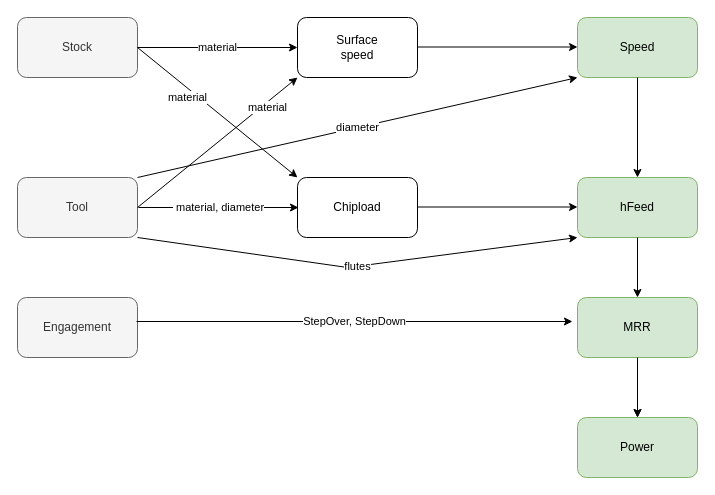
This is Calculation order summary.drawio from spanner888/misc, a draw.io file, before an edit. Source tidied: cells renumbered, new cells numbered last; positions are measured from the earlier drawing's top-left corner, leaving out a move shared by most shapes. Both pictures are drawn from the tidied source at 100%, with x=0, y=0 at pixel (17, 17).
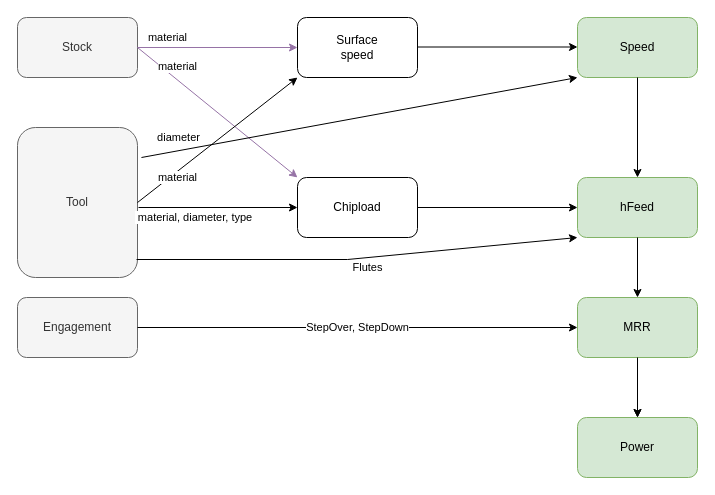
The same diagram, later.

The change refers to these unchanged cells:
```xml
<mxCell id="2" value="Stock" style="rounded=1;whiteSpace=wrap;html=1;fillColor=#f5f5f5;fontColor=#333333;strokeColor=#666666;" parent="1" vertex="1">
  <mxGeometry width="120" height="60" as="geometry" />
</mxCell>
<mxCell id="3" value="&lt;div&gt;Surface&lt;/div&gt;&lt;div&gt;speed&lt;br&gt;&lt;/div&gt;" style="rounded=1;whiteSpace=wrap;html=1;" parent="1" vertex="1">
  <mxGeometry x="280" width="120" height="60" as="geometry" />
</mxCell>
<mxCell id="4" value="Speed" style="rounded=1;whiteSpace=wrap;html=1;fillColor=#d5e8d4;strokeColor=#82b366;" parent="1" vertex="1">
  <mxGeometry x="560" width="120" height="60" as="geometry" />
</mxCell>
<mxCell id="6" value="Chipload" style="rounded=1;whiteSpace=wrap;html=1;" parent="1" vertex="1">
  <mxGeometry x="280" y="160" width="120" height="60" as="geometry" />
</mxCell>
<mxCell id="7" value="hFeed" style="rounded=1;whiteSpace=wrap;html=1;fillColor=#d5e8d4;strokeColor=#82b366;" parent="1" vertex="1">
  <mxGeometry x="560" y="160" width="120" height="60" as="geometry" />
</mxCell>
<mxCell id="8" value="Engagement" style="rounded=1;whiteSpace=wrap;html=1;fillColor=#f5f5f5;fontColor=#333333;strokeColor=#666666;" parent="1" vertex="1">
  <mxGeometry y="280" width="120" height="60" as="geometry" />
</mxCell>
<mxCell id="11" value="MRR" style="rounded=1;whiteSpace=wrap;html=1;fillColor=#d5e8d4;strokeColor=#82b366;" parent="1" vertex="1">
  <mxGeometry x="560" y="280" width="120" height="60" as="geometry" />
</mxCell>
```

Diff of the diagram source:
```diff
@@
     <mxCell id="5" value="Tool" style="rounded=1;whiteSpace=wrap;html=1;fillColor=#f5f5f5;fontColor=#333333;strokeColor=#666666;" parent="1" vertex="1">
-      <mxGeometry y="160" width="120" height="60" as="geometry" />
+      <mxGeometry y="110" width="120" height="150" as="geometry" />
     </mxCell>
@@
-    <mxCell id="12" value="StepOver, StepDown" style="endArrow=classic;html=1;rounded=0;exitX=0.992;exitY=0.4;exitDx=0;exitDy=0;exitPerimeter=0;entryX=-0.042;entryY=0.4;entryDx=0;entryDy=0;entryPerimeter=0;" parent="1" edge="1" source="8" target="11">
+    <mxCell id="12" value="StepOver, StepDown" style="endArrow=classic;html=1;rounded=0;exitX=1;exitY=0.5;exitDx=0;exitDy=0;entryX=0;entryY=0.5;entryDx=0;entryDy=0;" parent="1" edge="1" source="8" target="11">
       <mxGeometry relative="1" as="geometry" />
     </mxCell>
-    <mxCell id="13" value="material" style="endArrow=classic;html=1;rounded=0;entryX=0;entryY=0.5;entryDx=0;entryDy=0;" parent="1" edge="1" target="3">
-      <mxGeometry relative="1" as="geometry">
+    <mxCell id="13" value="material" style="endArrow=classic;html=1;rounded=0;entryX=0;entryY=0.5;entryDx=0;entryDy=0;fillColor=#e1d5e7;strokeColor=#9673a6;" parent="1" edge="1" target="3">
+      <mxGeometry x="-0.62" y="10" relative="1" as="geometry">
         <mxPoint x="120" y="30" as="sourcePoint" />
       </mxGeometry>
     </mxCell>
-    <mxCell id="14" value="&amp;nbsp;material, diameter" style="endArrow=classic;html=1;rounded=0;entryX=0;entryY=0.5;entryDx=0;entryDy=0;exitX=1;exitY=0.5;exitDx=0;exitDy=0;" parent="1" edge="1">
-      <mxGeometry relative="1" as="geometry">
+    <mxCell id="14" value="&amp;nbsp;material, diameter, type" style="endArrow=classic;html=1;rounded=0;exitX=1;exitY=0.5;exitDx=0;exitDy=0;" parent="1" edge="1">
+      <mxGeometry x="-0.31" y="-10" relative="1" as="geometry">
         <mxPoint x="121" y="190" as="sourcePoint" />
-        <mxPoint x="281" y="190" as="targetPoint" />
+        <mxPoint x="280" y="190" as="targetPoint" />
       </mxGeometry>
     </mxCell>
-    <mxCell id="15" value="material" style="endArrow=classic;html=1;rounded=0;entryX=0;entryY=0;entryDx=0;entryDy=0;exitX=1;exitY=0.5;exitDx=0;exitDy=0;" parent="1" edge="1" source="2" target="6">
-      <mxGeometry x="-0.32" y="-7" relative="1" as="geometry" />
+    <mxCell id="15" value="material" style="endArrow=classic;html=1;rounded=0;entryX=0;entryY=0;entryDx=0;entryDy=0;exitX=1;exitY=0.5;exitDx=0;exitDy=0;fillColor=#e1d5e7;strokeColor=#9673a6;" parent="1" edge="1" source="2" target="6">
+      <mxGeometry x="-0.58" y="10" relative="1" as="geometry" />
     </mxCell>
     <mxCell id="16" value="material" style="endArrow=classic;html=1;rounded=0;entryX=0;entryY=1;entryDx=0;entryDy=0;exitX=1;exitY=0.5;exitDx=0;exitDy=0;" parent="1" edge="1" source="5" target="3">
-      <mxGeometry x="0.59" y="-4" relative="1" as="geometry" />
+      <mxGeometry x="-0.54" y="-5" relative="1" as="geometry" />
     </mxCell>
@@
-    <mxCell id="18" style="endArrow=classic;html=1;rounded=0;entryX=0;entryY=0.5;entryDx=0;entryDy=0;" parent="1" edge="1">
-      <mxGeometry relative="1" as="geometry">
-        <mxPoint x="400" y="189.5" as="sourcePoint" />
-        <mxPoint x="560" y="189.5" as="targetPoint" />
-      </mxGeometry>
+    <mxCell id="18" style="endArrow=classic;html=1;rounded=0;exitX=1;exitY=0.5;exitDx=0;exitDy=0;entryX=0;entryY=0.5;entryDx=0;entryDy=0;" parent="1" edge="1" source="6" target="7">
+      <mxGeometry relative="1" as="geometry" />
     </mxCell>
@@
-    <mxCell id="22" value="flutes" style="endArrow=classic;html=1;rounded=0;exitX=1;exitY=1;exitDx=0;exitDy=0;entryX=0;entryY=1;entryDx=0;entryDy=0;" parent="1" edge="1" source="5" target="7">
-      <mxGeometry relative="1" as="geometry">
+    <mxCell id="22" value="Flutes" style="endArrow=classic;html=1;rounded=0;exitX=0.992;exitY=0.88;exitDx=0;exitDy=0;entryX=0;entryY=1;entryDx=0;entryDy=0;exitPerimeter=0;" parent="1" edge="1" source="5" target="7">
+      <mxGeometry x="0.04" y="-10" relative="1" as="geometry">
         <Array as="points">
-          <mxPoint x="330" y="250" />
+          <mxPoint x="330" y="242" />
         </Array>
       </mxGeometry>
     </mxCell>
-    <mxCell id="23" value="diameter" style="endArrow=classic;html=1;rounded=0;exitX=1;exitY=0;exitDx=0;exitDy=0;entryX=0;entryY=1;entryDx=0;entryDy=0;" parent="1" edge="1" source="5" target="4">
-      <mxGeometry relative="1" as="geometry" />
+    <mxCell id="23" value="diameter" style="endArrow=classic;html=1;rounded=0;exitX=1.033;exitY=0.2;exitDx=0;exitDy=0;entryX=0;entryY=1;entryDx=0;entryDy=0;exitPerimeter=0;" parent="1" edge="1" source="5" target="4">
+      <mxGeometry x="-0.82" y="13" relative="1" as="geometry" />
     </mxCell>
```
